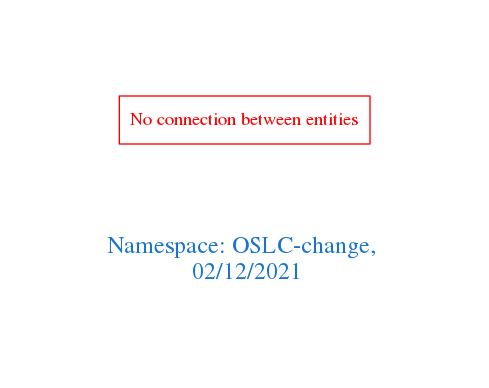
Above: downloads/OSLC-change.png in arago/OGIT (Graphviz), before the change. Its source is kept beside it as downloads/OSLC-change.dot.
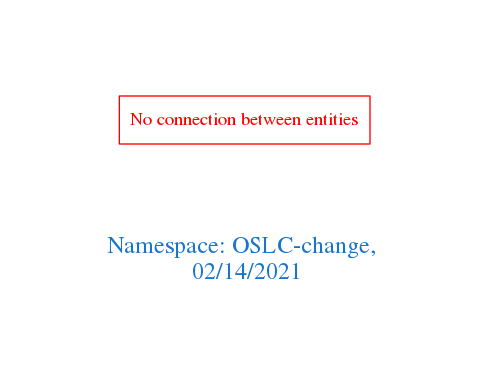
The same diagram one commit later.

What changed in the source:
```diff
@@ -1,7 +1,7 @@
 digraph OGIT_ontology {
  graph [ rankdir= LR,pad=1
 fontsize = 18,
-fontcolor= dodgerblue3,label = "\n\n\nNamespace: OSLC-change, \n 02/12/2021"];
+fontcolor= dodgerblue3,label = "\n\n\nNamespace: OSLC-change, \n 02/14/2021"];
 node[shape=polygon];
 edge [  color="gray81"];
 
```
